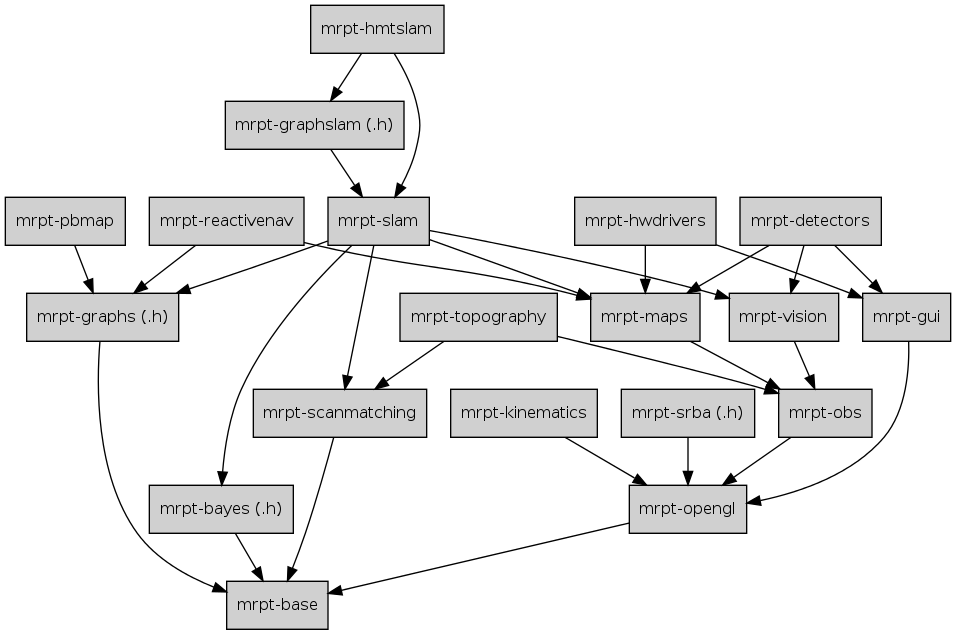
MRPT/mrpt keeps this Graphviz diagram as doc/design_of_images/graph_mrpt_libs.png. Above is the earlier version. Its source is kept beside it as doc/design_of_images/graph_mrpt_libs.dot.
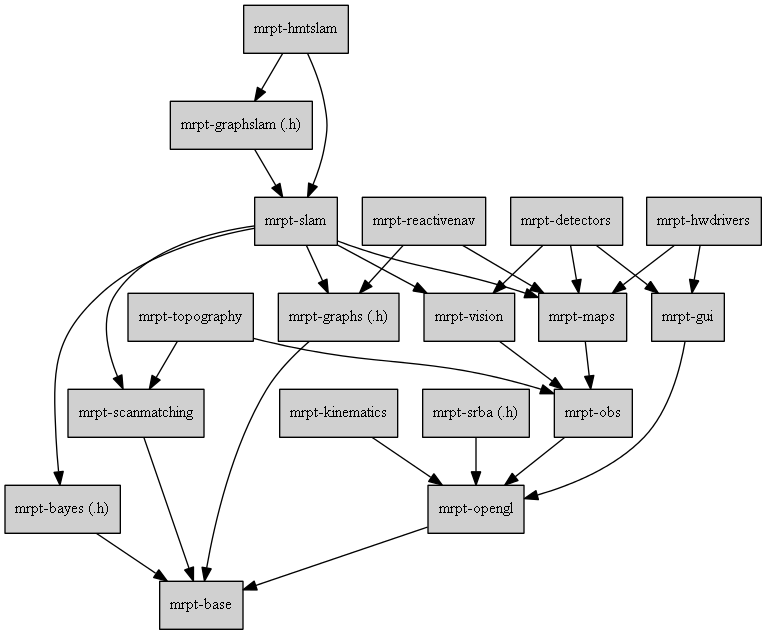
Later version of the same file.

The edit, as a diff of the source:
```diff
@@ -26,12 +26,7 @@
 
 	srba	[label="mrpt-srba (.h)",URL="group__mrpt__srba__grp.html"];
 
-	pbmap    [label="mrpt-pbmap",URL="group__mrpt__pbmap__grp.html"];
-
-
 	srba -> opengl;
-
-	pbmap -> graphs;
 
 	kinematics  -> opengl;
 
```
